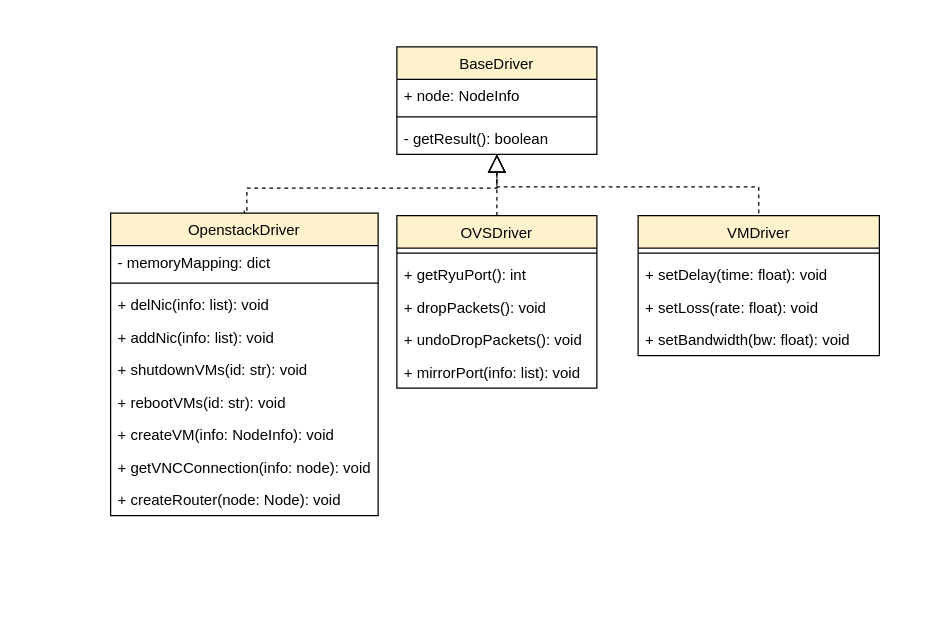
The draw.io diagram page "类图_驱动模块" (11 of 13) of 仿真功能模块UML类图.drawio in Icarus1994/neutron_conf, before the edit. Source tidied: cells renumbered, new cells numbered last; positions are measured from the earlier drawing's top-left corner, leaving out a move shared by most shapes. Both pictures are drawn from the tidied source at 125%, with x=0, y=0 at pixel (110, 46).
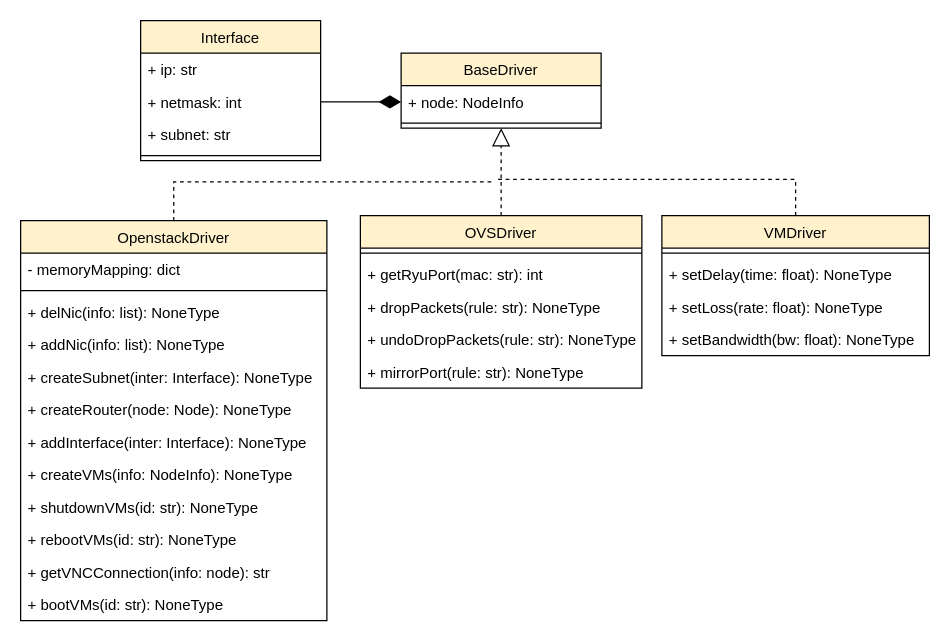
The same page after the edit.

What changed in the source:
```diff
@@
-    <mxCell id="2" style="edgeStyle=orthogonalEdgeStyle;rounded=0;orthogonalLoop=1;jettySize=auto;html=1;exitX=0.5;exitY=0;exitDx=0;exitDy=0;dashed=1;endArrow=block;endFill=0;endSize=12;" parent="1" edge="1">
-      <mxGeometry relative="1" as="geometry">
-        <mxPoint x="107" y="131" as="sourcePoint" />
-        <mxPoint x="309" y="86" as="targetPoint" />
-        <Array as="points">
-          <mxPoint x="109" y="133" />
-          <mxPoint x="109" y="113" />
-          <mxPoint x="309" y="113" />
-        </Array>
-      </mxGeometry>
-    </mxCell>
-    <mxCell id="3" style="endArrow=block;dashed=1;endFill=0;endSize=12;html=1;exitX=0.5;exitY=0;exitDx=0;exitDy=0;" parent="1" edge="1" source="24" target="8">
+    <mxCell id="3" style="endArrow=block;dashed=1;endFill=0;endSize=12;html=1;exitX=0.5;exitY=0;exitDx=0;exitDy=0;entryX=0.5;entryY=1;entryDx=0;entryDy=0;" parent="1" edge="1" source="24" target="5">
       <mxGeometry relative="1" as="geometry" />
     </mxCell>
-    <mxCell id="4" style="endArrow=block;dashed=1;endFill=0;endSize=12;html=1;exitX=0.5;exitY=0;exitDx=0;exitDy=0;edgeStyle=orthogonalEdgeStyle;rounded=0;" parent="1" edge="1">
-      <mxGeometry relative="1" as="geometry">
-        <mxPoint x="518.5" y="133" as="sourcePoint" />
-        <mxPoint x="309" y="86" as="targetPoint" />
-        <Array as="points">
-          <mxPoint x="519" y="112" />
-          <mxPoint x="309" y="112" />
-        </Array>
-      </mxGeometry>
-    </mxCell>
-    <mxCell id="5" value="BaseDriver" style="swimlane;fontStyle=0;align=center;verticalAlign=top;horizontal=1;startSize=26;fillColor=#fff2cc;strokeColor=#000000;" parent="1" vertex="1">
-      <mxGeometry x="229" width="160" height="86" as="geometry" />
-    </mxCell>
-    <mxCell id="6" value="+ node: NodeInfo" style="text;strokeColor=none;fillColor=none;align=left;verticalAlign=top;spacingLeft=4;spacingRight=4;overflow=hidden;points=[[0,0.5],[1,0.5]];portConstraint=eastwest;" parent="5" vertex="1">
-      <mxGeometry y="26" width="160" height="26" as="geometry" />
-    </mxCell>
-    <mxCell id="7" style="line;strokeWidth=1;fillColor=none;align=left;verticalAlign=middle;spacingTop=-1;spacingLeft=3;spacingRight=3;labelPosition=right;" parent="5" vertex="1">
-      <mxGeometry y="52" width="160" height="8" as="geometry" />
-    </mxCell>
-    <mxCell id="8" value="- getResult(): boolean" style="text;strokeColor=none;fillColor=none;align=left;verticalAlign=top;spacingLeft=4;spacingRight=4;overflow=hidden;points=[[0,0.5],[1,0.5]];portConstraint=eastwest;" parent="5" vertex="1">
-      <mxGeometry y="60" width="160" height="26" as="geometry" />
-    </mxCell>
+    <mxCell id="30" style="endArrow=diamondThin;endFill=1;endSize=15;html=1;entryX=0;entryY=0.5;entryDx=0;entryDy=0;exitX=1;exitY=0.5;exitDx=0;exitDy=0;edgeStyle=elbowEdgeStyle;rounded=0;startSize=5;jumpSize=6;strokeWidth=1;" parent="1" edge="1" source="33" target="6">
+      <mxGeometry relative="1" as="geometry" />
+    </mxCell>
+    <mxCell id="31" value="Interface" style="swimlane;fontStyle=0;align=center;verticalAlign=top;horizontal=1;startSize=26;fillColor=#fff2cc;strokeColor=#000000;" parent="1" vertex="1">
+      <mxGeometry x="24" y="-21" width="144" height="112" as="geometry" />
+    </mxCell>
+    <mxCell id="32" value="+ ip: str" style="text;strokeColor=none;fillColor=none;align=left;verticalAlign=top;spacingLeft=4;spacingRight=4;overflow=hidden;" parent="31" vertex="1">
+      <mxGeometry y="26" width="144" height="26" as="geometry" />
+    </mxCell>
+    <mxCell id="33" value="+ netmask: int" style="text;strokeColor=none;fillColor=none;align=left;verticalAlign=top;spacingLeft=4;spacingRight=4;overflow=hidden;points=[[0,0.5],[1,0.5]];portConstraint=eastwest;" parent="31" vertex="1">
+      <mxGeometry y="52" width="144" height="26" as="geometry" />
+    </mxCell>
+    <mxCell id="34" value="+ subnet: str" style="text;strokeColor=none;fillColor=none;align=left;verticalAlign=top;spacingLeft=4;spacingRight=4;overflow=hidden;" parent="31" vertex="1">
+      <mxGeometry y="78" width="144" height="26" as="geometry" />
+    </mxCell>
+    <mxCell id="35" style="line;strokeWidth=1;fillColor=none;align=left;verticalAlign=middle;spacingTop=-1;spacingLeft=3;spacingRight=3;labelPosition=right;" parent="31" vertex="1">
+      <mxGeometry y="104" width="144" height="8" as="geometry" />
+    </mxCell>
+    <mxCell id="36" style="endArrow=none;dashed=1;html=1;exitX=0.5;exitY=0;exitDx=0;exitDy=0;edgeStyle=elbowEdgeStyle;elbow=vertical;rounded=0;" parent="1" edge="1" source="14">
+      <mxGeometry relative="1" as="geometry">
+        <mxPoint x="306" y="108" as="targetPoint" />
+        <Array as="points">
+          <mxPoint x="229" y="108" />
+        </Array>
+      </mxGeometry>
+    </mxCell>
+    <mxCell id="37" style="endArrow=none;dashed=1;html=1;entryX=0.5;entryY=0;entryDx=0;entryDy=0;edgeStyle=elbowEdgeStyle;elbow=vertical;rounded=0;" parent="1" edge="1" target="9">
+      <mxGeometry relative="1" as="geometry">
+        <mxPoint x="310" y="106" as="sourcePoint" />
+        <Array as="points">
+          <mxPoint x="447" y="106" />
+        </Array>
+      </mxGeometry>
+    </mxCell>
     <mxCell id="9" value="VMDriver" style="swimlane;fontStyle=0;align=center;verticalAlign=top;horizontal=1;startSize=26;fillColor=#fff2cc;strokeColor=#000000;" parent="1" vertex="1">
-      <mxGeometry x="422" y="135" width="193" height="112" as="geometry" />
+      <mxGeometry x="441" y="135" width="214" height="112" as="geometry" />
     </mxCell>
     <mxCell id="10" style="line;strokeWidth=1;fillColor=none;align=left;verticalAlign=middle;spacingTop=-1;spacingLeft=3;spacingRight=3;labelPosition=right;" parent="9" vertex="1">
-      <mxGeometry y="26" width="193" height="8" as="geometry" />
+      <mxGeometry y="26" width="214" height="8" as="geometry" />
     </mxCell>
-    <mxCell id="11" value="+ setDelay(time: float): void" style="text;strokeColor=none;fillColor=none;align=left;verticalAlign=top;spacingLeft=4;spacingRight=4;overflow=hidden;" parent="9" vertex="1">
-      <mxGeometry y="34" width="193" height="26" as="geometry" />
+    <mxCell id="11" value="+ setDelay(time: float): NoneType" style="text;strokeColor=none;fillColor=none;align=left;verticalAlign=top;spacingLeft=4;spacingRight=4;overflow=hidden;" parent="9" vertex="1">
+      <mxGeometry y="34" width="214" height="26" as="geometry" />
     </mxCell>
-    <mxCell id="12" value="+ setLoss(rate: float): void" style="text;strokeColor=none;fillColor=none;align=left;verticalAlign=top;spacingLeft=4;spacingRight=4;overflow=hidden;" parent="9" vertex="1">
-      <mxGeometry y="60" width="193" height="26" as="geometry" />
+    <mxCell id="12" value="+ setLoss(rate: float): NoneType" style="text;strokeColor=none;fillColor=none;align=left;verticalAlign=top;spacingLeft=4;spacingRight=4;overflow=hidden;" parent="9" vertex="1">
+      <mxGeometry y="60" width="214" height="26" as="geometry" />
     </mxCell>
-    <mxCell id="13" value="+ setBandwidth(bw: float): void" style="text;strokeColor=none;fillColor=none;align=left;verticalAlign=top;spacingLeft=4;spacingRight=4;overflow=hidden;" parent="9" vertex="1">
-      <mxGeometry y="86" width="193" height="26" as="geometry" />
+    <mxCell id="13" value="+ setBandwidth(bw: float): NoneType" style="text;strokeColor=none;fillColor=none;align=left;verticalAlign=top;spacingLeft=4;spacingRight=4;overflow=hidden;" parent="9" vertex="1">
+      <mxGeometry y="86" width="214" height="26" as="geometry" />
     </mxCell>
-    <mxCell id="14" value="OpenstackDriver" style="swimlane;fontStyle=0;align=center;verticalAlign=top;horizontal=1;startSize=26;fillColor=#fff2cc;strokeColor=#000000;" parent="1" vertex="1">
-      <mxGeometry y="133" width="214" height="242" as="geometry" />
-    </mxCell>
-    <mxCell id="15" value="- memoryMapping: dict" style="text;strokeColor=none;fillColor=none;align=left;verticalAlign=top;spacingLeft=4;spacingRight=4;overflow=hidden;" parent="14" vertex="1">
-      <mxGeometry y="26" width="214" height="26" as="geometry" />
-    </mxCell>
-    <mxCell id="16" style="line;strokeWidth=1;fillColor=none;align=left;verticalAlign=middle;spacingTop=-1;spacingLeft=3;spacingRight=3;labelPosition=right;" parent="14" vertex="1">
-      <mxGeometry y="52" width="214" height="8" as="geometry" />
-    </mxCell>
-    <mxCell id="17" value="+ delNic(info: list): void" style="text;strokeColor=none;fillColor=none;align=left;verticalAlign=top;spacingLeft=4;spacingRight=4;overflow=hidden;" parent="14" vertex="1">
-      <mxGeometry y="60" width="214" height="26" as="geometry" />
-    </mxCell>
-    <mxCell id="18" value="+ addNic(info: list): void" style="text;strokeColor=none;fillColor=none;align=left;verticalAlign=top;spacingLeft=4;spacingRight=4;overflow=hidden;" parent="14" vertex="1">
-      <mxGeometry y="86" width="214" height="26" as="geometry" />
-    </mxCell>
-    <mxCell id="19" value="+ shutdownVMs(id: str): void" style="text;strokeColor=none;fillColor=none;align=left;verticalAlign=top;spacingLeft=4;spacingRight=4;overflow=hidden;" parent="14" vertex="1">
-      <mxGeometry y="112" width="214" height="26" as="geometry" />
-    </mxCell>
-    <mxCell id="20" value="+ rebootVMs(id: str): void" style="text;strokeColor=none;fillColor=none;align=left;verticalAlign=top;spacingLeft=4;spacingRight=4;overflow=hidden;" parent="14" vertex="1">
-      <mxGeometry y="138" width="214" height="26" as="geometry" />
-    </mxCell>
-    <mxCell id="21" value="+ createVM(info: NodeInfo): void" style="text;strokeColor=none;fillColor=none;align=left;verticalAlign=top;spacingLeft=4;spacingRight=4;overflow=hidden;" parent="14" vertex="1">
-      <mxGeometry y="164" width="214" height="26" as="geometry" />
-    </mxCell>
-    <mxCell id="22" value="+ getVNCConnection(info: node): void" style="text;strokeColor=none;fillColor=none;align=left;verticalAlign=top;spacingLeft=4;spacingRight=4;overflow=hidden;" parent="14" vertex="1">
-      <mxGeometry y="190" width="214" height="26" as="geometry" />
-    </mxCell>
-    <mxCell id="23" value="+ createRouter(node: Node): void" style="text;strokeColor=none;fillColor=none;align=left;verticalAlign=top;spacingLeft=4;spacingRight=4;overflow=hidden;" parent="14" vertex="1">
-      <mxGeometry y="216" width="214" height="26" as="geometry" />
-    </mxCell>
     <mxCell id="24" value="OVSDriver" style="swimlane;fontStyle=0;align=center;verticalAlign=top;horizontal=1;startSize=26;fillColor=#fff2cc;strokeColor=#000000;" parent="1" vertex="1">
-      <mxGeometry x="229" y="135" width="160" height="138" as="geometry" />
+      <mxGeometry x="199.8" y="135" width="225.2" height="138" as="geometry" />
     </mxCell>
     <mxCell id="25" style="line;strokeWidth=1;fillColor=none;align=left;verticalAlign=middle;spacingTop=-1;spacingLeft=3;spacingRight=3;labelPosition=right;" parent="24" vertex="1">
-      <mxGeometry y="26" width="160" height="8" as="geometry" />
+      <mxGeometry y="26" width="225.2" height="8" as="geometry" />
     </mxCell>
-    <mxCell id="26" value="+ getRyuPort(): int" style="text;strokeColor=none;fillColor=none;align=left;verticalAlign=top;spacingLeft=4;spacingRight=4;overflow=hidden;" parent="24" vertex="1">
-      <mxGeometry y="34" width="160" height="26" as="geometry" />
+    <mxCell id="26" value="+ getRyuPort(mac: str): int" style="text;strokeColor=none;fillColor=none;align=left;verticalAlign=top;spacingLeft=4;spacingRight=4;overflow=hidden;" parent="24" vertex="1">
+      <mxGeometry y="34" width="225.2" height="26" as="geometry" />
     </mxCell>
-    <mxCell id="27" value="+ dropPackets(): void" style="text;strokeColor=none;fillColor=none;align=left;verticalAlign=top;spacingLeft=4;spacingRight=4;overflow=hidden;" parent="24" vertex="1">
-      <mxGeometry y="60" width="160" height="26" as="geometry" />
+    <mxCell id="27" value="+ dropPackets(rule: str): NoneType" style="text;strokeColor=none;fillColor=none;align=left;verticalAlign=top;spacingLeft=4;spacingRight=4;overflow=hidden;" parent="24" vertex="1">
+      <mxGeometry y="60" width="225.2" height="26" as="geometry" />
     </mxCell>
-    <mxCell id="28" value="+ undoDropPackets(): void" style="text;strokeColor=none;fillColor=none;align=left;verticalAlign=top;spacingLeft=4;spacingRight=4;overflow=hidden;" parent="24" vertex="1">
-      <mxGeometry y="86" width="160" height="26" as="geometry" />
+    <mxCell id="28" value="+ undoDropPackets(rule: str): NoneType" style="text;strokeColor=none;fillColor=none;align=left;verticalAlign=top;spacingLeft=4;spacingRight=4;overflow=hidden;" parent="24" vertex="1">
+      <mxGeometry y="86" width="225.2" height="26" as="geometry" />
     </mxCell>
-    <mxCell id="29" value="+ mirrorPort(info: list): void" style="text;strokeColor=none;fillColor=none;align=left;verticalAlign=top;spacingLeft=4;spacingRight=4;overflow=hidden;" parent="24" vertex="1">
-      <mxGeometry y="112" width="160" height="26" as="geometry" />
+    <mxCell id="29" value="+ mirrorPort(rule: str): NoneType" style="text;strokeColor=none;fillColor=none;align=left;verticalAlign=top;spacingLeft=4;spacingRight=4;overflow=hidden;" parent="24" vertex="1">
+      <mxGeometry y="112" width="225.2" height="26" as="geometry" />
     </mxCell>
+    <mxCell id="14" value="OpenstackDriver" style="swimlane;fontStyle=0;align=center;verticalAlign=top;horizontal=1;startSize=26;fillColor=#fff2cc;strokeColor=#000000;" parent="1" vertex="1">
+      <mxGeometry x="-72" y="139" width="245" height="320" as="geometry" />
+    </mxCell>
+    <mxCell id="15" value="- memoryMapping: dict" style="text;strokeColor=none;fillColor=none;align=left;verticalAlign=top;spacingLeft=4;spacingRight=4;overflow=hidden;" parent="14" vertex="1">
+      <mxGeometry y="26" width="245" height="26" as="geometry" />
+    </mxCell>
+    <mxCell id="16" style="line;strokeWidth=1;fillColor=none;align=left;verticalAlign=middle;spacingTop=-1;spacingLeft=3;spacingRight=3;labelPosition=right;" parent="14" vertex="1">
+      <mxGeometry y="52" width="245" height="8" as="geometry" />
+    </mxCell>
+    <mxCell id="17" value="+ delNic(info: list): NoneType" style="text;strokeColor=none;fillColor=none;align=left;verticalAlign=top;spacingLeft=4;spacingRight=4;overflow=hidden;" parent="14" vertex="1">
+      <mxGeometry y="60" width="245" height="26" as="geometry" />
+    </mxCell>
+    <mxCell id="18" value="+ addNic(info: list): NoneType" style="text;strokeColor=none;fillColor=none;align=left;verticalAlign=top;spacingLeft=4;spacingRight=4;overflow=hidden;" parent="14" vertex="1">
+      <mxGeometry y="86" width="245" height="26" as="geometry" />
+    </mxCell>
+    <mxCell id="38" value="+ createSubnet(inter: Interface): NoneType" style="text;strokeColor=none;fillColor=none;align=left;verticalAlign=top;spacingLeft=4;spacingRight=4;overflow=hidden;" parent="14" vertex="1">
+      <mxGeometry y="112" width="245" height="26" as="geometry" />
+    </mxCell>
+    <mxCell id="23" value="+ createRouter(node: Node): NoneType" style="text;strokeColor=none;fillColor=none;align=left;verticalAlign=top;spacingLeft=4;spacingRight=4;overflow=hidden;" parent="14" vertex="1">
+      <mxGeometry y="138" width="245" height="26" as="geometry" />
+    </mxCell>
+    <mxCell id="39" value="+ addInterface(inter: Interface): NoneType" style="text;strokeColor=none;fillColor=none;align=left;verticalAlign=top;spacingLeft=4;spacingRight=4;overflow=hidden;" parent="14" vertex="1">
+      <mxGeometry y="164" width="245" height="26" as="geometry" />
+    </mxCell>
+    <mxCell id="21" value="+ createVMs(info: NodeInfo): NoneType" style="text;strokeColor=none;fillColor=none;align=left;verticalAlign=top;spacingLeft=4;spacingRight=4;overflow=hidden;" parent="14" vertex="1">
+      <mxGeometry y="190" width="245" height="26" as="geometry" />
+    </mxCell>
+    <mxCell id="19" value="+ shutdownVMs(id: str): NoneType" style="text;strokeColor=none;fillColor=none;align=left;verticalAlign=top;spacingLeft=4;spacingRight=4;overflow=hidden;" parent="14" vertex="1">
+      <mxGeometry y="216" width="245" height="26" as="geometry" />
+    </mxCell>
+    <mxCell id="20" value="+ rebootVMs(id: str): NoneType" style="text;strokeColor=none;fillColor=none;align=left;verticalAlign=top;spacingLeft=4;spacingRight=4;overflow=hidden;" parent="14" vertex="1">
+      <mxGeometry y="242" width="245" height="26" as="geometry" />
+    </mxCell>
+    <mxCell id="22" value="+ getVNCConnection(info: node): str" style="text;strokeColor=none;fillColor=none;align=left;verticalAlign=top;spacingLeft=4;spacingRight=4;overflow=hidden;" parent="14" vertex="1">
+      <mxGeometry y="268" width="245" height="26" as="geometry" />
+    </mxCell>
+    <mxCell id="40" value="+ bootVMs(id: str): NoneType" style="text;strokeColor=none;fillColor=none;align=left;verticalAlign=top;spacingLeft=4;spacingRight=4;overflow=hidden;" parent="14" vertex="1">
+      <mxGeometry y="294" width="245" height="26" as="geometry" />
+    </mxCell>
+    <mxCell id="5" value="BaseDriver" style="swimlane;fontStyle=0;align=center;verticalAlign=top;horizontal=1;startSize=26;fillColor=#fff2cc;strokeColor=#000000;" parent="1" vertex="1">
+      <mxGeometry x="232.4" y="5" width="160" height="60" as="geometry" />
+    </mxCell>
+    <mxCell id="6" value="+ node: NodeInfo" style="text;strokeColor=none;fillColor=none;align=left;verticalAlign=top;spacingLeft=4;spacingRight=4;overflow=hidden;points=[[0,0.5],[1,0.5]];portConstraint=eastwest;" parent="5" vertex="1">
+      <mxGeometry y="26" width="160" height="26" as="geometry" />
+    </mxCell>
+    <mxCell id="7" style="line;strokeWidth=1;fillColor=none;align=left;verticalAlign=middle;spacingTop=-1;spacingLeft=3;spacingRight=3;labelPosition=right;" parent="5" vertex="1">
+      <mxGeometry y="52" width="160" height="8" as="geometry" />
+    </mxCell>
```
